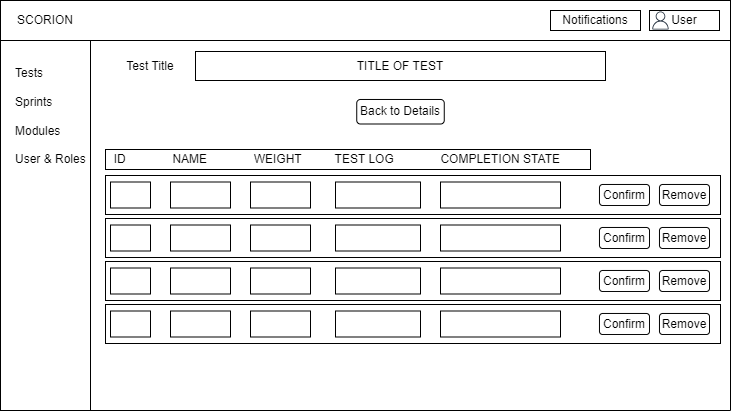
Before: Documents/assets/wireframes/TestCaseDetailsWireFrame.drawio.png, a diagram exported from draw.io (ViktorGox/ProjectClientOnBoardGitProject). Source tidied: cells renumbered, new cells last; positions are measured from the earlier drawing's top-left corner, leaving out a move shared by most shapes.
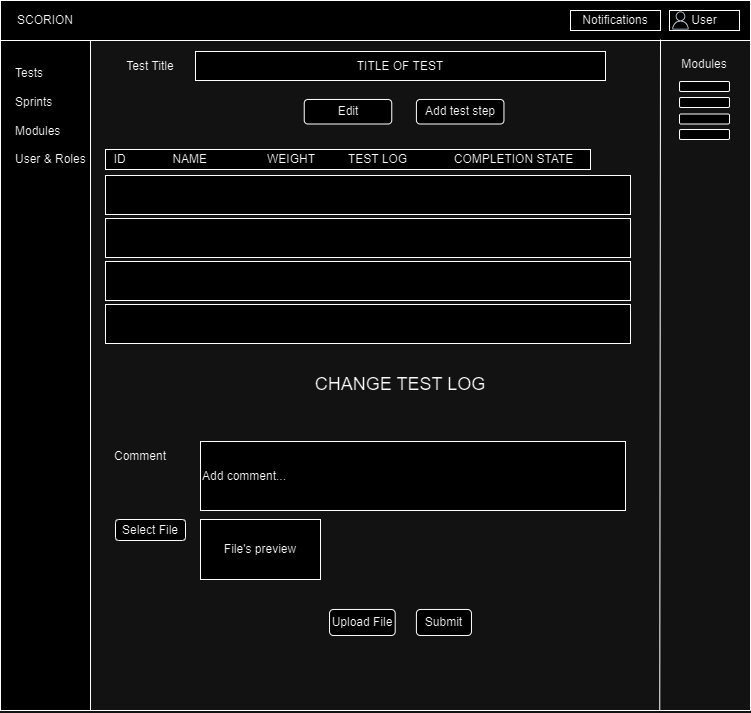
Above is the later version.

Commit message:
All WireFrames Done

Change to the diagram source:
```diff
@@ -3,136 +3,94 @@
     <mxCell id="0" />
     <mxCell id="1" parent="0" />
     <mxCell id="2" style="swimlane;startSize=0;" parent="1" vertex="1">
-      <mxGeometry width="730" height="410" as="geometry" />
+      <mxGeometry width="750" height="710" as="geometry" />
     </mxCell>
     <mxCell id="3" style="rounded=0;whiteSpace=wrap;html=1;" parent="2" vertex="1">
-      <mxGeometry width="90" height="410" as="geometry" />
+      <mxGeometry width="90" height="710" as="geometry" />
     </mxCell>
     <mxCell id="4" style="rounded=0;whiteSpace=wrap;html=1;" parent="2" vertex="1">
-      <mxGeometry width="730" height="40" as="geometry" />
+      <mxGeometry width="750" height="40" as="geometry" />
     </mxCell>
     <mxCell id="5" value="Tests&lt;br&gt;&lt;br&gt;Sprints&lt;br&gt;&lt;br&gt;Modules&lt;br&gt;&lt;br&gt;User &amp;amp; Roles" style="text;html=1;strokeColor=none;fillColor=none;align=left;verticalAlign=middle;whiteSpace=wrap;rounded=0;" parent="2" vertex="1">
       <mxGeometry x="12.5" y="61" width="77.5" height="109" as="geometry" />
     </mxCell>
     <mxCell id="6" value="Notifications" style="rounded=0;whiteSpace=wrap;html=1;" parent="2" vertex="1">
-      <mxGeometry x="550" y="10" width="90" height="20" as="geometry" />
+      <mxGeometry x="570" y="10" width="90" height="20" as="geometry" />
     </mxCell>
     <mxCell id="7" value="User" style="rounded=0;whiteSpace=wrap;html=1;" parent="2" vertex="1">
-      <mxGeometry x="649" y="10" width="70" height="20" as="geometry" />
+      <mxGeometry x="669" y="10" width="70" height="20" as="geometry" />
     </mxCell>
     <mxCell id="8" style="sketch=0;fontColor=#232F3E;gradientColor=none;fillColor=#232F3D;strokeColor=none;dashed=0;verticalLabelPosition=bottom;verticalAlign=top;align=center;html=1;fontSize=12;fontStyle=0;shape=mxgraph.aws4.user;" parent="2" vertex="1">
-      <mxGeometry x="651" y="11" width="18" height="18" as="geometry" />
+      <mxGeometry x="671" y="11" width="18" height="18" as="geometry" />
     </mxCell>
     <mxCell id="9" value="TITLE OF TEST" style="rounded=0;whiteSpace=wrap;html=1;" parent="2" vertex="1">
       <mxGeometry x="195" y="51" width="410" height="29" as="geometry" />
     </mxCell>
-    <mxCell id="10" value="&amp;nbsp; ID&lt;span style=&quot;&quot;&gt;&lt;span style=&quot;white-space: pre;&quot;&gt;&amp;nbsp;&amp;nbsp;&amp;nbsp;&amp;nbsp;&lt;/span&gt;&lt;/span&gt;&amp;nbsp;&amp;nbsp;&lt;span style=&quot;&quot;&gt;&lt;span style=&quot;white-space: pre;&quot;&gt;&amp;nbsp;&amp;nbsp;&amp;nbsp;&amp;nbsp;&lt;/span&gt;&lt;span style=&quot;&quot;&gt;&lt;span style=&quot;white-space: pre;&quot;&gt;&amp;nbsp;&amp;nbsp;&amp;nbsp;&amp;nbsp;&lt;/span&gt;&lt;/span&gt;N&lt;/span&gt;AME&lt;span style=&quot;&quot;&gt;&lt;span style=&quot;white-space: pre;&quot;&gt;&amp;nbsp;&amp;nbsp;&amp;nbsp;&amp;nbsp;&lt;/span&gt;&lt;/span&gt;&lt;span style=&quot;&quot;&gt;&lt;span style=&quot;white-space: pre;&quot;&gt;&amp;nbsp;&amp;nbsp;&amp;nbsp;&amp;nbsp;&lt;span style=&quot;white-space: pre;&quot;&gt;&#9;&lt;/span&gt;    &lt;/span&gt;&lt;/span&gt;WEIGHT&amp;nbsp; &amp;nbsp; &amp;nbsp; &amp;nbsp; &amp;nbsp; TEST LOG&amp;nbsp;&lt;span style=&quot;&quot;&gt;&lt;span style=&quot;white-space: pre;&quot;&gt;&amp;nbsp;&amp;nbsp;&amp;nbsp;&amp;nbsp;&lt;/span&gt;&lt;/span&gt;&lt;span style=&quot;&quot;&gt;&lt;span style=&quot;white-space: pre;&quot;&gt;&amp;nbsp;&amp;nbsp;&amp;nbsp;&amp;nbsp;&lt;span style=&quot;white-space: pre;&quot;&gt;&#9;&lt;/span&gt;    COMPLETION &lt;/span&gt;&lt;/span&gt;STATE&amp;nbsp;&lt;span style=&quot;&quot;&gt;&lt;span style=&quot;white-space: pre;&quot;&gt;&amp;nbsp;&lt;/span&gt;&lt;/span&gt;" style="rounded=0;whiteSpace=wrap;html=1;align=left;" parent="2" vertex="1">
+    <mxCell id="10" value="&amp;nbsp; ID&lt;span style=&quot;&quot;&gt;&lt;span style=&quot;white-space: pre;&quot;&gt;&amp;nbsp;&amp;nbsp;&amp;nbsp;&amp;nbsp;&lt;/span&gt;&lt;/span&gt;&amp;nbsp;&amp;nbsp;&lt;span style=&quot;&quot;&gt;&lt;span style=&quot;white-space: pre;&quot;&gt;&amp;nbsp;&amp;nbsp;&amp;nbsp;&amp;nbsp;&lt;/span&gt;&lt;span style=&quot;&quot;&gt;&lt;span style=&quot;white-space: pre;&quot;&gt;&amp;nbsp;&amp;nbsp;&amp;nbsp;&amp;nbsp;&lt;/span&gt;&lt;/span&gt;N&lt;/span&gt;AME&lt;span style=&quot;&quot;&gt;&lt;span style=&quot;white-space: pre;&quot;&gt;&amp;nbsp;&amp;nbsp;&amp;nbsp;&amp;nbsp;&lt;/span&gt;&lt;/span&gt;&lt;span style=&quot;&quot;&gt;&lt;span style=&quot;white-space: pre;&quot;&gt;&amp;nbsp;&amp;nbsp;&amp;nbsp;&amp;nbsp;&lt;span style=&quot;white-space: pre;&quot;&gt;&#9;&lt;/span&gt;&lt;span style=&quot;white-space: pre;&quot;&gt;&#9;&lt;/span&gt;&lt;/span&gt;&lt;/span&gt;WEIGHT&amp;nbsp; &amp;nbsp; &amp;nbsp; &amp;nbsp; &amp;nbsp; TEST LOG&amp;nbsp;&lt;span style=&quot;&quot;&gt;&lt;span style=&quot;white-space: pre;&quot;&gt;&amp;nbsp;&amp;nbsp;&amp;nbsp;&amp;nbsp;&lt;/span&gt;&lt;/span&gt;&lt;span style=&quot;&quot;&gt;&lt;span style=&quot;white-space: pre;&quot;&gt;&amp;nbsp;&amp;nbsp;&amp;nbsp;&amp;nbsp;&lt;span style=&quot;white-space: pre;&quot;&gt;&#9;&lt;/span&gt;COMPLETION &lt;/span&gt;&lt;/span&gt;STATE&amp;nbsp;&lt;span style=&quot;&quot;&gt;&lt;span style=&quot;white-space: pre;&quot;&gt;&amp;nbsp;&lt;/span&gt;&lt;/span&gt;" style="rounded=0;whiteSpace=wrap;html=1;align=left;" parent="2" vertex="1">
       <mxGeometry x="105" y="149" width="485" height="20" as="geometry" />
     </mxCell>
     <mxCell id="11" style="rounded=0;whiteSpace=wrap;html=1;" parent="2" vertex="1">
-      <mxGeometry x="105" y="175" width="615" height="39" as="geometry" />
+      <mxGeometry x="105" y="175" width="525" height="39" as="geometry" />
     </mxCell>
     <mxCell id="12" style="rounded=0;whiteSpace=wrap;html=1;" parent="2" vertex="1">
-      <mxGeometry x="105" y="218" width="615" height="39" as="geometry" />
+      <mxGeometry x="105" y="218" width="525" height="39" as="geometry" />
     </mxCell>
     <mxCell id="13" style="rounded=0;whiteSpace=wrap;html=1;" parent="2" vertex="1">
-      <mxGeometry x="105" y="304" width="615" height="39" as="geometry" />
+      <mxGeometry x="105" y="304" width="525" height="39" as="geometry" />
     </mxCell>
     <mxCell id="14" style="rounded=0;whiteSpace=wrap;html=1;" parent="2" vertex="1">
-      <mxGeometry x="105" y="261" width="615" height="39" as="geometry" />
+      <mxGeometry x="105" y="261" width="525" height="39" as="geometry" />
     </mxCell>
+    <mxCell id="46" value="&lt;font style=&quot;font-size: 18px;&quot;&gt;CHANGE TEST LOG&lt;/font&gt;" style="text;html=1;strokeColor=none;fillColor=none;align=center;verticalAlign=middle;whiteSpace=wrap;rounded=0;" parent="2" vertex="1">
+      <mxGeometry x="311.2" y="369" width="177.5" height="30" as="geometry" />
+    </mxCell>
+    <mxCell id="47" value="Add comment..." style="rounded=0;whiteSpace=wrap;html=1;align=left;" parent="2" vertex="1">
+      <mxGeometry x="200" y="441" width="425" height="69" as="geometry" />
+    </mxCell>
+    <mxCell id="48" value="Comment" style="text;html=1;strokeColor=none;fillColor=none;align=center;verticalAlign=middle;whiteSpace=wrap;rounded=0;" parent="2" vertex="1">
+      <mxGeometry x="110" y="441" width="60" height="30" as="geometry" />
+    </mxCell>
+    <mxCell id="49" value="Select File" style="rounded=1;whiteSpace=wrap;html=1;" parent="2" vertex="1">
+      <mxGeometry x="115" y="519" width="70" height="21" as="geometry" />
+    </mxCell>
+    <mxCell id="50" value="File's preview" style="rounded=0;whiteSpace=wrap;html=1;" parent="2" vertex="1">
+      <mxGeometry x="200" y="519" width="120" height="60" as="geometry" />
+    </mxCell>
+    <mxCell id="51" value="Upload File" style="rounded=1;whiteSpace=wrap;html=1;" parent="2" vertex="1">
+      <mxGeometry x="329.1" y="609" width="65.6" height="26" as="geometry" />
+    </mxCell>
+    <mxCell id="52" value="Submit" style="rounded=1;whiteSpace=wrap;html=1;align=center;" parent="2" vertex="1">
+      <mxGeometry x="415.9" y="609" width="55" height="26" as="geometry" />
+    </mxCell>
     <mxCell id="15" value="SCORION" style="text;html=1;strokeColor=none;fillColor=none;align=center;verticalAlign=middle;whiteSpace=wrap;rounded=0;" parent="2" vertex="1">
       <mxGeometry x="15" y="5" width="60" height="30" as="geometry" />
     </mxCell>
     <mxCell id="16" value="Test Title" style="text;html=1;strokeColor=none;fillColor=none;align=center;verticalAlign=middle;whiteSpace=wrap;rounded=0;" parent="2" vertex="1">
       <mxGeometry x="120" y="51" width="60" height="30" as="geometry" />
     </mxCell>
-    <mxCell id="17" value="Remove" style="rounded=1;whiteSpace=wrap;html=1;" parent="2" vertex="1">
-      <mxGeometry x="659" y="184" width="50" height="21" as="geometry" />
-    </mxCell>
-    <mxCell id="18" value="Remove" style="rounded=1;whiteSpace=wrap;html=1;" parent="2" vertex="1">
-      <mxGeometry x="659" y="227" width="50" height="21" as="geometry" />
-    </mxCell>
-    <mxCell id="19" value="Remove" style="rounded=1;whiteSpace=wrap;html=1;" parent="2" vertex="1">
-      <mxGeometry x="659" y="270" width="50" height="21" as="geometry" />
-    </mxCell>
-    <mxCell id="20" value="Remove" style="rounded=1;whiteSpace=wrap;html=1;" parent="2" vertex="1">
-      <mxGeometry x="659" y="313" width="50" height="21" as="geometry" />
-    </mxCell>
-    <mxCell id="21" value="Confirm" style="rounded=1;whiteSpace=wrap;html=1;" parent="2" vertex="1">
-      <mxGeometry x="599" y="184" width="50" height="21" as="geometry" />
-    </mxCell>
-    <mxCell id="22" value="Confirm" style="rounded=1;whiteSpace=wrap;html=1;" parent="2" vertex="1">
-      <mxGeometry x="599" y="227" width="50" height="21" as="geometry" />
-    </mxCell>
-    <mxCell id="23" value="Confirm" style="rounded=1;whiteSpace=wrap;html=1;" parent="2" vertex="1">
-      <mxGeometry x="599" y="270" width="50" height="21" as="geometry" />
-    </mxCell>
-    <mxCell id="24" value="Confirm" style="rounded=1;whiteSpace=wrap;html=1;" parent="2" vertex="1">
-      <mxGeometry x="599" y="313" width="50" height="21" as="geometry" />
-    </mxCell>
-    <mxCell id="25" value="Back to Details" style="rounded=1;whiteSpace=wrap;html=1;" parent="2" vertex="1">
-      <mxGeometry x="356.2" y="99" width="87.5" height="24.5" as="geometry" />
+    <mxCell id="25" value="Edit" style="rounded=1;whiteSpace=wrap;html=1;" parent="2" vertex="1">
+      <mxGeometry x="303.8" y="99" width="87.5" height="24.5" as="geometry" />
     </mxCell>
-    <mxCell id="26" style="rounded=0;whiteSpace=wrap;html=1;" parent="2" vertex="1">
-      <mxGeometry x="110" y="181.5" width="40" height="26" as="geometry" />
-    </mxCell>
-    <mxCell id="27" style="rounded=0;whiteSpace=wrap;html=1;" parent="2" vertex="1">
-      <mxGeometry x="110" y="224.5" width="40" height="26" as="geometry" />
-    </mxCell>
-    <mxCell id="28" style="rounded=0;whiteSpace=wrap;html=1;" parent="2" vertex="1">
-      <mxGeometry x="110" y="267.5" width="40" height="26" as="geometry" />
-    </mxCell>
-    <mxCell id="29" style="rounded=0;whiteSpace=wrap;html=1;" parent="2" vertex="1">
-      <mxGeometry x="110" y="310.5" width="40" height="26" as="geometry" />
-    </mxCell>
-    <mxCell id="30" style="rounded=0;whiteSpace=wrap;html=1;" parent="2" vertex="1">
-      <mxGeometry x="170" y="181.5" width="60" height="26" as="geometry" />
-    </mxCell>
-    <mxCell id="31" style="rounded=0;whiteSpace=wrap;html=1;" parent="2" vertex="1">
-      <mxGeometry x="170" y="224.5" width="60" height="26" as="geometry" />
-    </mxCell>
-    <mxCell id="32" style="rounded=0;whiteSpace=wrap;html=1;" parent="2" vertex="1">
-      <mxGeometry x="170" y="267.5" width="60" height="26" as="geometry" />
-    </mxCell>
-    <mxCell id="33" style="rounded=0;whiteSpace=wrap;html=1;" parent="2" vertex="1">
-      <mxGeometry x="170" y="310.5" width="60" height="26" as="geometry" />
-    </mxCell>
-    <mxCell id="34" style="rounded=0;whiteSpace=wrap;html=1;" parent="2" vertex="1">
-      <mxGeometry x="250" y="181.5" width="60" height="26" as="geometry" />
-    </mxCell>
-    <mxCell id="35" style="rounded=0;whiteSpace=wrap;html=1;" parent="2" vertex="1">
-      <mxGeometry x="250" y="224.5" width="60" height="26" as="geometry" />
-    </mxCell>
-    <mxCell id="36" style="rounded=0;whiteSpace=wrap;html=1;" parent="2" vertex="1">
-      <mxGeometry x="250" y="267.5" width="60" height="26" as="geometry" />
-    </mxCell>
-    <mxCell id="37" style="rounded=0;whiteSpace=wrap;html=1;" parent="2" vertex="1">
-      <mxGeometry x="250" y="310.5" width="60" height="26" as="geometry" />
-    </mxCell>
-    <mxCell id="38" style="rounded=0;whiteSpace=wrap;html=1;" parent="2" vertex="1">
-      <mxGeometry x="335" y="181.5" width="85" height="26" as="geometry" />
-    </mxCell>
-    <mxCell id="39" style="rounded=0;whiteSpace=wrap;html=1;" parent="2" vertex="1">
-      <mxGeometry x="335" y="224.5" width="85" height="26" as="geometry" />
-    </mxCell>
-    <mxCell id="40" style="rounded=0;whiteSpace=wrap;html=1;" parent="2" vertex="1">
-      <mxGeometry x="335" y="267.5" width="85" height="26" as="geometry" />
-    </mxCell>
-    <mxCell id="41" style="rounded=0;whiteSpace=wrap;html=1;" parent="2" vertex="1">
-      <mxGeometry x="335" y="310.5" width="85" height="26" as="geometry" />
-    </mxCell>
-    <mxCell id="42" style="rounded=0;whiteSpace=wrap;html=1;" parent="2" vertex="1">
-      <mxGeometry x="440" y="181.5" width="120" height="26" as="geometry" />
-    </mxCell>
-    <mxCell id="43" style="rounded=0;whiteSpace=wrap;html=1;" parent="2" vertex="1">
-      <mxGeometry x="440" y="224.5" width="120" height="26" as="geometry" />
-    </mxCell>
-    <mxCell id="44" style="rounded=0;whiteSpace=wrap;html=1;" parent="2" vertex="1">
-      <mxGeometry x="440" y="267.5" width="120" height="26" as="geometry" />
-    </mxCell>
-    <mxCell id="45" style="rounded=0;whiteSpace=wrap;html=1;" parent="2" vertex="1">
-      <mxGeometry x="440" y="310.5" width="120" height="26" as="geometry" />
-    </mxCell>
+    <mxCell id="53" value="Add test step" style="rounded=1;whiteSpace=wrap;html=1;" parent="2" vertex="1">
+      <mxGeometry x="415.9" y="99" width="87.5" height="24.5" as="geometry" />
+    </mxCell>
+    <mxCell id="54" style="endArrow=none;html=1;rounded=0;entryX=0.88;entryY=0.975;entryDx=0;entryDy=0;entryPerimeter=0;exitX=0.879;exitY=1;exitDx=0;exitDy=0;exitPerimeter=0;" parent="2" edge="1" source="2" target="4">
+      <mxGeometry relative="1" as="geometry" />
+    </mxCell>
+    <mxCell id="55" value="Modules" style="text;html=1;strokeColor=none;fillColor=none;align=center;verticalAlign=middle;whiteSpace=wrap;rounded=0;" parent="2" vertex="1">
+      <mxGeometry x="674" y="49" width="60" height="30" as="geometry" />
+    </mxCell>
+    <mxCell id="56" style="rounded=1;whiteSpace=wrap;html=1;" parent="2" vertex="1">
+      <mxGeometry x="679" y="81" width="50" height="10" as="geometry" />
+    </mxCell>
+    <mxCell id="57" style="rounded=1;whiteSpace=wrap;html=1;" parent="2" vertex="1">
+      <mxGeometry x="679" y="113.5" width="50" height="10" as="geometry" />
+    </mxCell>
+    <mxCell id="58" style="rounded=1;whiteSpace=wrap;html=1;" parent="2" vertex="1">
+      <mxGeometry x="679" y="97" width="50" height="10" as="geometry" />
+    </mxCell>
+    <mxCell id="59" style="rounded=1;whiteSpace=wrap;html=1;" parent="2" vertex="1">
+      <mxGeometry x="679" y="129" width="50" height="10" as="geometry" />
+    </mxCell>
   </root>
 </mxGraphModel>
```
